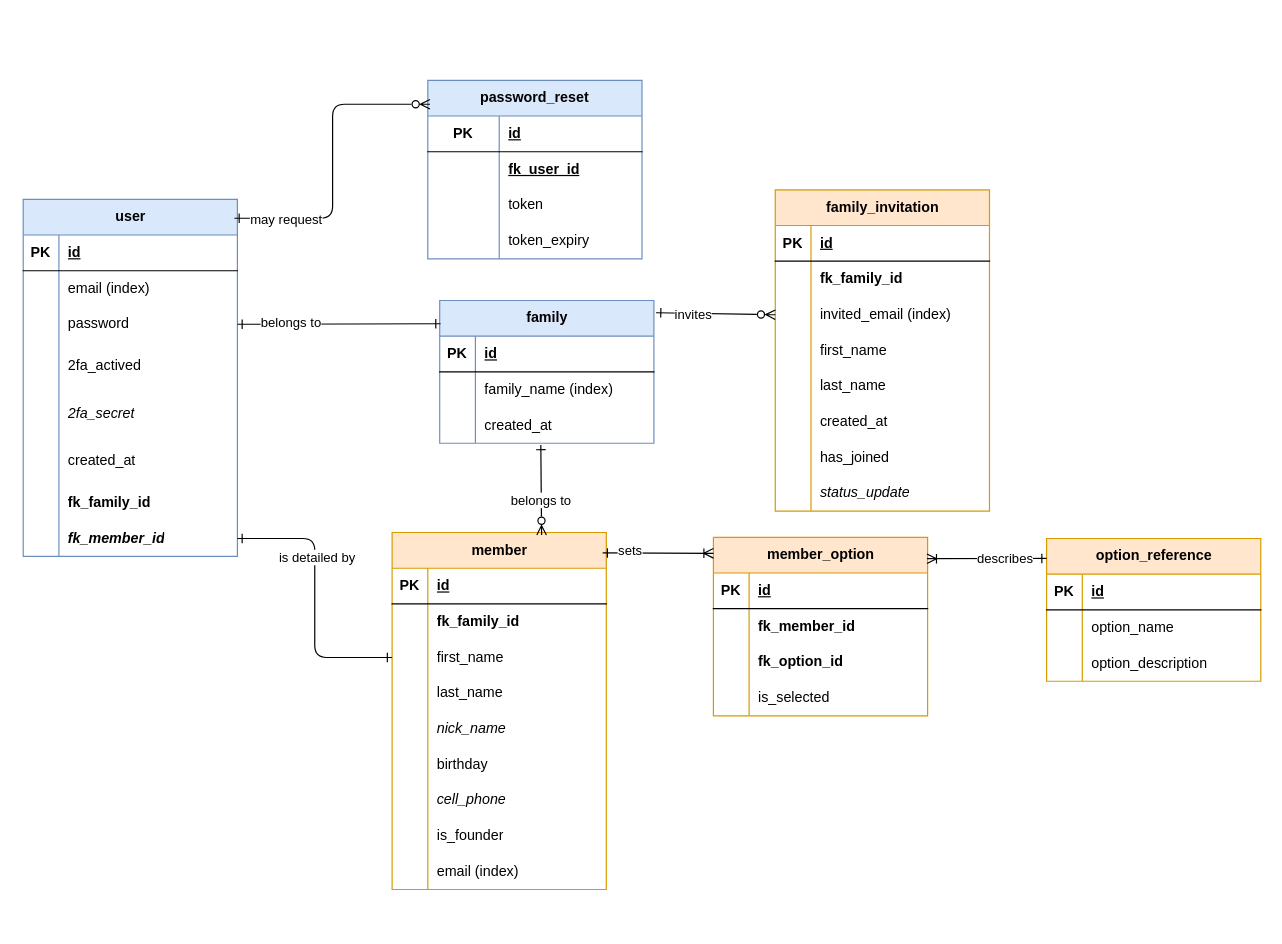
Earlier version of the draw.io diagram docs/schema.drawio (greg1951/family-social-scratch). Source tidied: cells renumbered, new cells numbered last; positions are measured from the earlier drawing's top-left corner, leaving out a move shared by most shapes. Both pictures are drawn from the tidied source at 119%, with x=0, y=0 at pixel (23, 80).
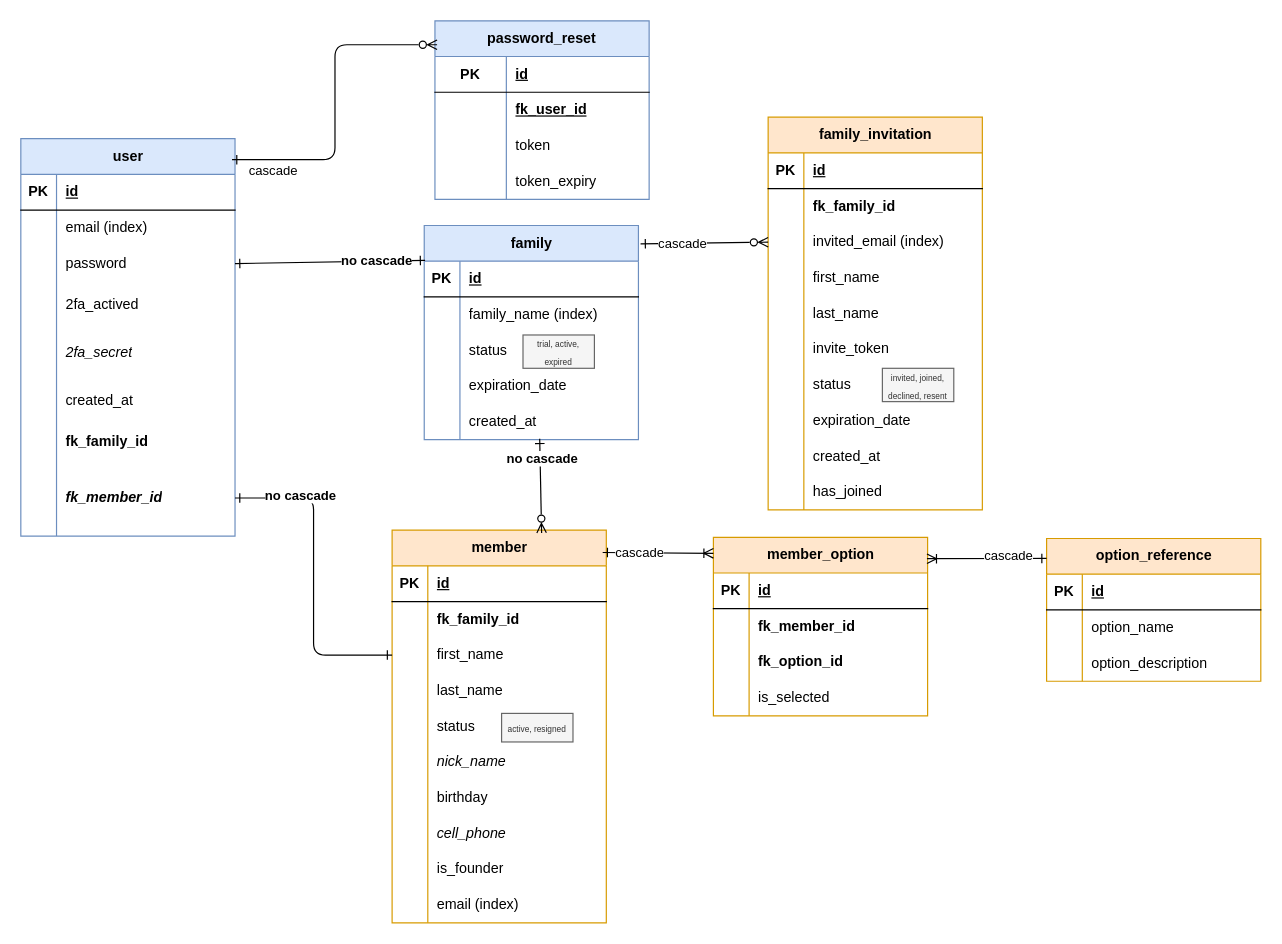
The same diagram, later.

The change refers to these unchanged cells:
```xml
<mxCell id="126" style="edgeStyle=orthogonalEdgeStyle;html=1;entryX=0;entryY=0.5;entryDx=0;entryDy=0;endArrow=ERone;endFill=0;startArrow=ERone;startFill=0;elbow=vertical;rounded=1;" parent="1" edge="1" source="24" target="82">
  <mxGeometry relative="1" as="geometry" />
</mxCell>
<mxCell id="128" style="edgeStyle=none;html=1;exitX=1;exitY=0.5;exitDx=0;exitDy=0;entryX=0.004;entryY=0.163;entryDx=0;entryDy=0;endArrow=ERone;endFill=0;startArrow=ERone;startFill=0;entryPerimeter=0;" parent="1" edge="1" source="9" target="40">
  <mxGeometry relative="1" as="geometry" />
</mxCell>
<mxCell id="130" style="edgeStyle=elbowEdgeStyle;html=1;endArrow=ERzeroToMany;endFill=0;startArrow=ERone;startFill=0;exitX=0.986;exitY=0.053;exitDx=0;exitDy=0;exitPerimeter=0;entryX=0.01;entryY=0.134;entryDx=0;entryDy=0;entryPerimeter=0;rounded=1;curved=0;" parent="1" edge="1" source="2" target="27">
  <mxGeometry relative="1" as="geometry" />
</mxCell>
<mxCell id="134" style="edgeStyle=none;html=1;entryX=0;entryY=0.5;entryDx=0;entryDy=0;startArrow=ERone;startFill=0;endArrow=ERzeroToMany;endFill=0;exitX=1.01;exitY=0.086;exitDx=0;exitDy=0;exitPerimeter=0;" parent="1" edge="1" source="40" target="57">
  <mxGeometry relative="1" as="geometry" />
</mxCell>
<mxCell id="136" style="edgeStyle=none;html=1;entryX=0;entryY=0.09;entryDx=0;entryDy=0;startArrow=ERone;startFill=0;endArrow=ERoneToMany;endFill=0;entryPerimeter=0;exitX=0.983;exitY=0.057;exitDx=0;exitDy=0;exitPerimeter=0;" parent="1" edge="1" source="75" target="113">
  <mxGeometry relative="1" as="geometry" />
</mxCell>
<mxCell id="138" style="fontSize=12;html=1;endArrow=ERoneToMany;startArrow=ERone;exitX=0;exitY=0.14;exitDx=0;exitDy=0;exitPerimeter=0;entryX=0.997;entryY=0.12;entryDx=0;entryDy=0;entryPerimeter=0;rounded=0;startFill=0;" parent="1" edge="1" source="103" target="113">
  <mxGeometry relative="1" as="geometry" />
</mxCell>
```

Change to the diagram source:
```diff
@@
     <mxCell id="2" value="user" style="shape=table;startSize=30;childLayout=tableLayout;rowLines=0;fontStyle=1;align=center;html=1;fillColor=#dae8fc;strokeColor=#6c8ebf;" parent="1" vertex="1">
-      <mxGeometry y="100" width="180" height="300" as="geometry" />
+      <mxGeometry x="-2" y="49" width="180" height="334" as="geometry" />
     </mxCell>
@@
     <mxCell id="24" style="shape=tableRow;horizontal=0;startSize=0;swimlaneHead=0;swimlaneBody=0;fillColor=none;points=[[0,0.5],[1,0.5]];portConstraint=eastwest;top=0;left=0;right=0;bottom=0;swimlaneFillColor=#1A1A1A;" parent="2" vertex="1">
-      <mxGeometry y="270" width="180" height="30" as="geometry" />
+      <mxGeometry y="270" width="180" height="64" as="geometry" />
     </mxCell>
     <mxCell id="25" style="shape=partialRectangle;fillColor=none;top=0;left=0;bottom=0;right=0;overflow=hidden;whiteSpace=wrap;html=1;swimlaneFillColor=#1A1A1A;" parent="24" vertex="1">
-      <mxGeometry width="30" height="30" as="geometry" />
+      <mxGeometry width="30" height="64" as="geometry" />
     </mxCell>
     <mxCell id="26" value="&lt;b&gt;&lt;i&gt;fk_member_id&lt;/i&gt;&lt;/b&gt;" style="shape=partialRectangle;fillColor=none;top=0;left=0;bottom=0;right=0;align=left;spacingLeft=6;overflow=hidden;whiteSpace=wrap;html=1;swimlaneFillColor=#1A1A1A;" parent="24" vertex="1">
-      <mxGeometry x="30" width="150" height="30" as="geometry" />
+      <mxGeometry x="30" width="150" height="64" as="geometry" />
     </mxCell>
     <mxCell id="27" value="password_reset" style="shape=table;startSize=30;childLayout=tableLayout;rowLines=0;fontStyle=1;align=center;html=1;whiteSpace=wrap;fillColor=#dae8fc;strokeColor=#6c8ebf;" parent="1" vertex="1">
-      <mxGeometry x="340" width="180" height="150" as="geometry" />
+      <mxGeometry x="346" y="-50" width="180" height="150" as="geometry" />
     </mxCell>
@@
     <mxCell id="40" value="family" style="shape=table;startSize=30;childLayout=tableLayout;rowLines=0;fontStyle=1;align=center;html=1;fillColor=#dae8fc;strokeColor=#6c8ebf;" parent="1" vertex="1">
-      <mxGeometry x="350" y="185" width="180" height="120" as="geometry" />
+      <mxGeometry x="337" y="122" width="180" height="180" as="geometry" />
     </mxCell>
@@
+    <mxCell id="140" style="shape=tableRow;horizontal=0;startSize=0;swimlaneHead=0;swimlaneBody=0;fillColor=none;top=0;left=0;right=0;bottom=0;" parent="40" vertex="1">
+      <mxGeometry y="90" width="180" height="30" as="geometry" />
+    </mxCell>
+    <mxCell id="141" style="shape=partialRectangle;fillColor=none;top=0;left=0;bottom=0;right=0;overflow=hidden;whiteSpace=wrap;html=1;" parent="140" vertex="1">
+      <mxGeometry width="30" height="30" as="geometry" />
+    </mxCell>
+    <mxCell id="142" value="status" style="shape=partialRectangle;fillColor=none;top=0;left=0;bottom=0;right=0;align=left;spacingLeft=6;overflow=hidden;whiteSpace=wrap;html=1;" parent="140" vertex="1">
+      <mxGeometry x="30" width="150" height="30" as="geometry" />
+    </mxCell>
     <mxCell id="47" style="shape=tableRow;horizontal=0;startSize=0;swimlaneHead=0;swimlaneBody=0;fillColor=none;points=[[0,0.5],[1,0.5]];portConstraint=eastwest;top=0;left=0;right=0;bottom=0;" parent="40" vertex="1">
-      <mxGeometry y="90" width="180" height="30" as="geometry" />
+      <mxGeometry y="120" width="180" height="30" as="geometry" />
     </mxCell>
@@
-    <mxCell id="49" value="created_at" style="shape=partialRectangle;fillColor=none;top=0;left=0;bottom=0;right=0;align=left;spacingLeft=6;overflow=hidden;whiteSpace=wrap;html=1;" parent="47" vertex="1">
+    <mxCell id="49" value="expiration_date" style="shape=partialRectangle;fillColor=none;top=0;left=0;bottom=0;right=0;align=left;spacingLeft=6;overflow=hidden;whiteSpace=wrap;html=1;" parent="47" vertex="1">
       <mxGeometry x="30" width="150" height="30" as="geometry" />
     </mxCell>
+    <mxCell id="143" style="shape=tableRow;horizontal=0;startSize=0;swimlaneHead=0;swimlaneBody=0;fillColor=none;points=[[0,0.5],[1,0.5]];portConstraint=eastwest;top=0;left=0;right=0;bottom=0;" parent="40" vertex="1">
+      <mxGeometry y="150" width="180" height="30" as="geometry" />
+    </mxCell>
+    <mxCell id="144" style="shape=partialRectangle;fillColor=none;top=0;left=0;bottom=0;right=0;overflow=hidden;whiteSpace=wrap;html=1;" parent="143" vertex="1">
+      <mxGeometry width="30" height="30" as="geometry" />
+    </mxCell>
+    <mxCell id="145" value="created_at" style="shape=partialRectangle;fillColor=none;top=0;left=0;bottom=0;right=0;align=left;spacingLeft=6;overflow=hidden;whiteSpace=wrap;html=1;" parent="143" vertex="1">
+      <mxGeometry x="30" width="150" height="30" as="geometry" />
+    </mxCell>
     <mxCell id="50" value="family_invitation" style="shape=table;startSize=30;childLayout=tableLayout;rowLines=0;fontStyle=1;align=center;html=1;fillColor=#ffe6cc;strokeColor=#d79b00;" parent="1" vertex="1">
-      <mxGeometry x="632" y="92" width="180" height="270" as="geometry" />
+      <mxGeometry x="626" y="31" width="180" height="330" as="geometry" />
     </mxCell>
@@
+    <mxCell id="72" style="shape=tableRow;horizontal=0;startSize=0;swimlaneHead=0;swimlaneBody=0;fillColor=none;top=0;left=0;right=0;bottom=0;" parent="50" vertex="1">
+      <mxGeometry y="180" width="180" height="30" as="geometry" />
+    </mxCell>
+    <mxCell id="73" style="shape=partialRectangle;fillColor=none;top=0;left=0;bottom=0;right=0;overflow=hidden;whiteSpace=wrap;html=1;" parent="72" vertex="1">
+      <mxGeometry width="30" height="30" as="geometry" />
+    </mxCell>
+    <mxCell id="74" value="invite_token" style="shape=partialRectangle;fillColor=none;top=0;left=0;bottom=0;right=0;align=left;spacingLeft=6;overflow=hidden;whiteSpace=wrap;html=1;" parent="72" vertex="1">
+      <mxGeometry x="30" width="150" height="30" as="geometry" />
+    </mxCell>
+    <mxCell id="146" style="shape=tableRow;horizontal=0;startSize=0;swimlaneHead=0;swimlaneBody=0;fillColor=none;top=0;left=0;right=0;bottom=0;" parent="50" vertex="1">
+      <mxGeometry y="210" width="180" height="30" as="geometry" />
+    </mxCell>
+    <mxCell id="147" style="shape=partialRectangle;fillColor=none;top=0;left=0;bottom=0;right=0;overflow=hidden;whiteSpace=wrap;html=1;" parent="146" vertex="1">
+      <mxGeometry width="30" height="30" as="geometry" />
+    </mxCell>
+    <mxCell id="148" value="status" style="shape=partialRectangle;fillColor=none;top=0;left=0;bottom=0;right=0;align=left;spacingLeft=6;overflow=hidden;whiteSpace=wrap;html=1;" parent="146" vertex="1">
+      <mxGeometry x="30" width="150" height="30" as="geometry" />
+    </mxCell>
+    <mxCell id="149" style="shape=tableRow;horizontal=0;startSize=0;swimlaneHead=0;swimlaneBody=0;fillColor=none;top=0;left=0;right=0;bottom=0;" parent="50" vertex="1">
+      <mxGeometry y="240" width="180" height="30" as="geometry" />
+    </mxCell>
+    <mxCell id="150" style="shape=partialRectangle;fillColor=none;top=0;left=0;bottom=0;right=0;overflow=hidden;whiteSpace=wrap;html=1;" parent="149" vertex="1">
+      <mxGeometry width="30" height="30" as="geometry" />
+    </mxCell>
+    <mxCell id="151" value="expiration_date" style="shape=partialRectangle;fillColor=none;top=0;left=0;bottom=0;right=0;align=left;spacingLeft=6;overflow=hidden;whiteSpace=wrap;html=1;" parent="149" vertex="1">
+      <mxGeometry x="30" width="150" height="30" as="geometry" />
+    </mxCell>
     <mxCell id="66" style="shape=tableRow;horizontal=0;startSize=0;swimlaneHead=0;swimlaneBody=0;fillColor=none;top=0;left=0;right=0;bottom=0;" parent="50" vertex="1">
-      <mxGeometry y="180" width="180" height="30" as="geometry" />
+      <mxGeometry y="270" width="180" height="30" as="geometry" />
     </mxCell>
@@
     <mxCell id="69" style="shape=tableRow;horizontal=0;startSize=0;swimlaneHead=0;swimlaneBody=0;fillColor=none;top=0;left=0;right=0;bottom=0;" parent="50" vertex="1">
-      <mxGeometry y="210" width="180" height="30" as="geometry" />
+      <mxGeometry y="300" width="180" height="30" as="geometry" />
     </mxCell>
@@
-    <mxCell id="72" style="shape=tableRow;horizontal=0;startSize=0;swimlaneHead=0;swimlaneBody=0;fillColor=none;top=0;left=0;right=0;bottom=0;" parent="50" vertex="1">
-      <mxGeometry y="240" width="180" height="30" as="geometry" />
-    </mxCell>
-    <mxCell id="73" style="shape=partialRectangle;fillColor=none;top=0;left=0;bottom=0;right=0;overflow=hidden;whiteSpace=wrap;html=1;" parent="72" vertex="1">
-      <mxGeometry width="30" height="30" as="geometry" />
-    </mxCell>
-    <mxCell id="74" value="&lt;i&gt;status_update&lt;/i&gt;" style="shape=partialRectangle;fillColor=none;top=0;left=0;bottom=0;right=0;align=left;spacingLeft=6;overflow=hidden;whiteSpace=wrap;html=1;" parent="72" vertex="1">
-      <mxGeometry x="30" width="150" height="30" as="geometry" />
-    </mxCell>
     <mxCell id="75" value="member" style="shape=table;startSize=30;childLayout=tableLayout;rowLines=0;fontStyle=1;align=center;html=1;fillColor=#ffe6cc;strokeColor=#d79b00;" parent="1" vertex="1">
-      <mxGeometry x="310" y="380" width="180" height="300" as="geometry" />
+      <mxGeometry x="310" y="378" width="180" height="330" as="geometry" />
     </mxCell>
@@
+    <mxCell id="152" style="shape=tableRow;horizontal=0;startSize=0;swimlaneHead=0;swimlaneBody=0;fillColor=none;top=0;left=0;right=0;bottom=0;" parent="75" vertex="1">
+      <mxGeometry y="150" width="180" height="30" as="geometry" />
+    </mxCell>
+    <mxCell id="153" style="shape=partialRectangle;fillColor=none;top=0;left=0;bottom=0;right=0;overflow=hidden;whiteSpace=wrap;html=1;" parent="152" vertex="1">
+      <mxGeometry width="30" height="30" as="geometry" />
+    </mxCell>
+    <mxCell id="154" value="status" style="shape=partialRectangle;fillColor=none;top=0;left=0;bottom=0;right=0;align=left;spacingLeft=6;overflow=hidden;whiteSpace=wrap;html=1;" parent="152" vertex="1">
+      <mxGeometry x="30" width="150" height="30" as="geometry" />
+    </mxCell>
     <mxCell id="88" style="shape=tableRow;horizontal=0;startSize=0;swimlaneHead=0;swimlaneBody=0;fillColor=none;top=0;left=0;right=0;bottom=0;" parent="75" vertex="1">
-      <mxGeometry y="150" width="180" height="30" as="geometry" />
+      <mxGeometry y="180" width="180" height="30" as="geometry" />
     </mxCell>
@@
     <mxCell id="91" style="shape=tableRow;horizontal=0;startSize=0;swimlaneHead=0;swimlaneBody=0;fillColor=none;top=0;left=0;right=0;bottom=0;" parent="75" vertex="1">
-      <mxGeometry y="180" width="180" height="30" as="geometry" />
+      <mxGeometry y="210" width="180" height="30" as="geometry" />
     </mxCell>
@@
     <mxCell id="94" style="shape=tableRow;horizontal=0;startSize=0;swimlaneHead=0;swimlaneBody=0;fillColor=none;top=0;left=0;right=0;bottom=0;" parent="75" vertex="1">
-      <mxGeometry y="210" width="180" height="30" as="geometry" />
+      <mxGeometry y="240" width="180" height="30" as="geometry" />
     </mxCell>
@@
     <mxCell id="97" style="shape=tableRow;horizontal=0;startSize=0;swimlaneHead=0;swimlaneBody=0;fillColor=none;top=0;left=0;right=0;bottom=0;" parent="75" vertex="1">
-      <mxGeometry y="240" width="180" height="30" as="geometry" />
+      <mxGeometry y="270" width="180" height="30" as="geometry" />
     </mxCell>
@@
     <mxCell id="100" style="shape=tableRow;horizontal=0;startSize=0;swimlaneHead=0;swimlaneBody=0;fillColor=none;top=0;left=0;right=0;bottom=0;" parent="75" vertex="1">
-      <mxGeometry y="270" width="180" height="30" as="geometry" />
+      <mxGeometry y="300" width="180" height="30" as="geometry" />
     </mxCell>
@@
-    <mxCell id="127" value="is detailed by" style="edgeLabel;html=1;align=center;verticalAlign=middle;" parent="126" vertex="1">
+    <mxCell id="127" value="&lt;b&gt;no cascade&lt;/b&gt;" style="edgeLabel;html=1;align=center;verticalAlign=middle;" parent="126" vertex="1">
       <mxGeometry x="-0.12" y="1" relative="1" as="geometry">
-        <mxPoint y="-21" as="offset" />
+        <mxPoint x="-13" y="-53" as="offset" />
       </mxGeometry>
     </mxCell>
@@
-    <mxCell id="129" value="belongs to" style="edgeLabel;html=1;align=center;verticalAlign=middle;" parent="128" vertex="1">
+    <mxCell id="129" value="&lt;b&gt;no cascade&lt;/b&gt;" style="edgeLabel;html=1;align=center;verticalAlign=middle;" parent="128" vertex="1">
       <mxGeometry x="-0.28" y="1" relative="1" as="geometry">
-        <mxPoint x="-16" as="offset" />
+        <mxPoint x="61" y="-1" as="offset" />
       </mxGeometry>
     </mxCell>
@@
-    <mxCell id="131" value="may request" style="edgeLabel;html=1;align=center;verticalAlign=middle;" parent="130" vertex="1">
+    <mxCell id="131" value="cascade" style="edgeLabel;html=1;align=center;verticalAlign=middle;" parent="130" vertex="1">
       <mxGeometry x="-0.06" y="-2" relative="1" as="geometry">
-        <mxPoint x="-42" y="40" as="offset" />
+        <mxPoint x="-55" y="48" as="offset" />
       </mxGeometry>
     </mxCell>
-    <mxCell id="132" style="edgeStyle=none;html=1;entryX=0.698;entryY=0.007;entryDx=0;entryDy=0;entryPerimeter=0;exitX=0.472;exitY=1.046;exitDx=0;exitDy=0;exitPerimeter=0;endArrow=ERzeroToMany;endFill=0;startArrow=ERone;startFill=0;" parent="1" edge="1" source="47" target="75">
+    <mxCell id="132" style="edgeStyle=none;html=1;entryX=0.698;entryY=0.007;entryDx=0;entryDy=0;entryPerimeter=0;exitX=0.539;exitY=0.975;exitDx=0;exitDy=0;exitPerimeter=0;endArrow=ERzeroToMany;endFill=0;startArrow=ERone;startFill=0;" parent="1" edge="1" source="143" target="75">
       <mxGeometry relative="1" as="geometry" />
     </mxCell>
-    <mxCell id="133" value="belongs to" style="edgeLabel;html=1;align=center;verticalAlign=middle;" parent="132" vertex="1">
+    <mxCell id="133" value="&lt;b&gt;no cascade&lt;/b&gt;" style="edgeLabel;html=1;align=center;verticalAlign=middle;" parent="132" vertex="1">
       <mxGeometry x="-0.06" y="-1" relative="1" as="geometry">
-        <mxPoint y="10" as="offset" />
+        <mxPoint x="2" y="-21" as="offset" />
       </mxGeometry>
     </mxCell>
@@
-    <mxCell id="135" value="invites" style="edgeLabel;html=1;align=center;verticalAlign=middle;" parent="134" vertex="1">
+    <mxCell id="135" value="cascade" style="edgeLabel;html=1;align=center;verticalAlign=middle;" parent="134" vertex="1">
       <mxGeometry x="0.02" y="-2" relative="1" as="geometry">
         <mxPoint x="-20" y="-2" as="offset" />
       </mxGeometry>
     </mxCell>
@@
-    <mxCell id="137" value="sets" style="edgeLabel;html=1;align=center;verticalAlign=middle;" parent="136" vertex="1">
+    <mxCell id="137" value="cascade" style="edgeLabel;html=1;align=center;verticalAlign=middle;" parent="136" vertex="1">
       <mxGeometry x="-0.16" y="-1" relative="1" as="geometry">
-        <mxPoint x="-16" y="-4" as="offset" />
+        <mxPoint x="-8" y="-2" as="offset" />
       </mxGeometry>
     </mxCell>
@@
-    <mxCell id="139" value="describes" style="edgeLabel;html=1;align=center;verticalAlign=middle;" parent="138" vertex="1">
+    <mxCell id="139" value="cascade" style="edgeLabel;html=1;align=center;verticalAlign=middle;" parent="138" vertex="1">
       <mxGeometry x="0.23" y="-2" relative="1" as="geometry">
-        <mxPoint x="27" y="2" as="offset" />
+        <mxPoint x="30" as="offset" />
       </mxGeometry>
     </mxCell>
+    <mxCell id="155" value="&lt;font style=&quot;font-size: 7px;&quot;&gt;trial, active, expired&lt;/font&gt;" style="text;html=1;align=center;verticalAlign=middle;whiteSpace=wrap;rounded=0;fillColor=#f5f5f5;fontColor=#333333;strokeColor=#666666;" parent="1" vertex="1">
+      <mxGeometry x="420" y="214" width="60" height="28" as="geometry" />
+    </mxCell>
+    <mxCell id="156" value="&lt;font style=&quot;font-size: 7px;&quot;&gt;invited, joined, declined, resent&lt;/font&gt;" style="text;html=1;align=center;verticalAlign=middle;whiteSpace=wrap;rounded=0;fillColor=#f5f5f5;fontColor=#333333;strokeColor=#666666;" parent="1" vertex="1">
+      <mxGeometry x="722" y="242" width="60" height="28" as="geometry" />
+    </mxCell>
+    <mxCell id="157" value="&lt;font style=&quot;font-size: 7px;&quot;&gt;active, resigned&lt;/font&gt;" style="text;html=1;align=center;verticalAlign=middle;whiteSpace=wrap;rounded=0;fillColor=#f5f5f5;fontColor=#333333;strokeColor=#666666;" parent="1" vertex="1">
+      <mxGeometry x="402" y="532" width="60" height="24" as="geometry" />
+    </mxCell>
```
